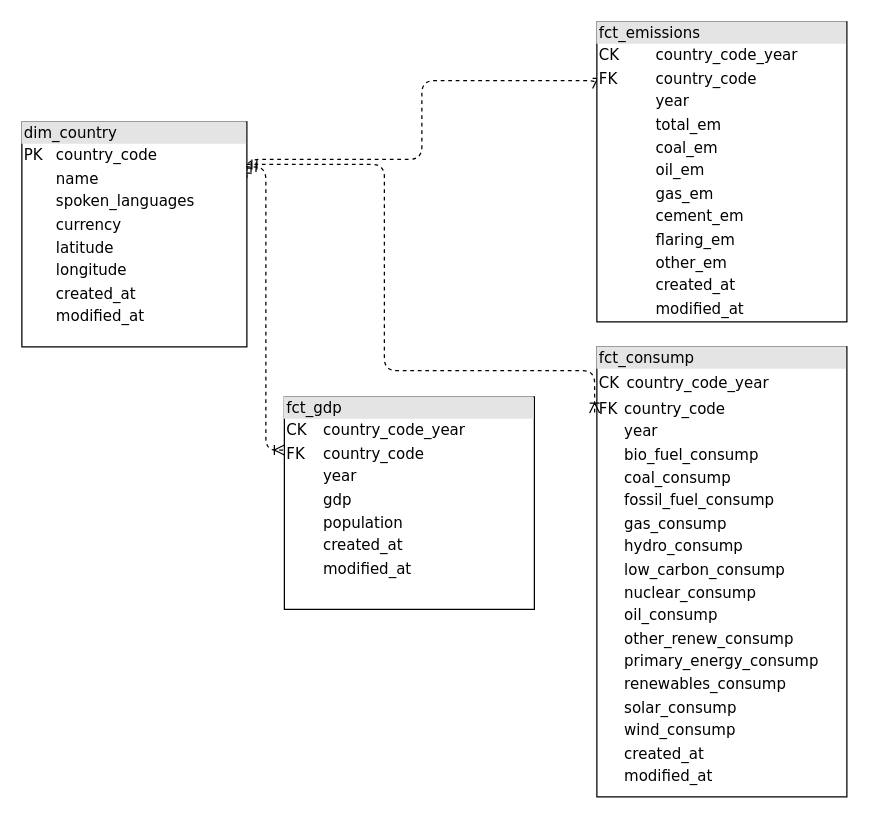
The draw.io diagram data-model.drawio in Reed-Carter/Emissions-by-Country, before the edit. Source tidied: cells renumbered, new cells numbered last; positions are measured from the earlier drawing's top-left corner, leaving out a move shared by most shapes. Both pictures are drawn from the tidied source at 125%, with x=0, y=0 at pixel (21, 21).
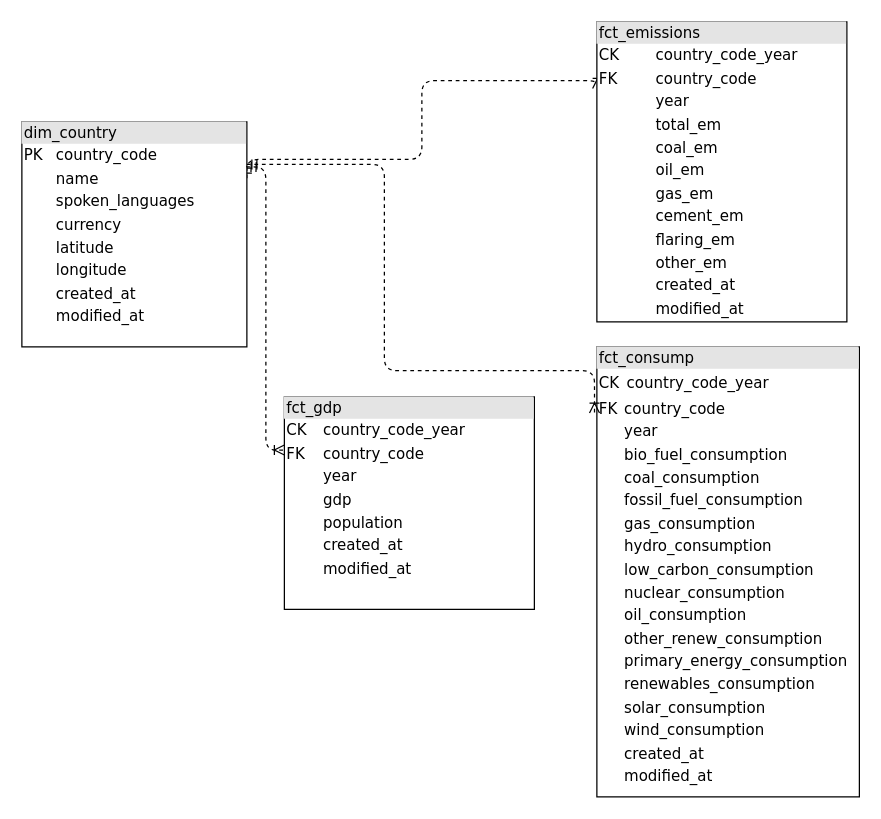
The same diagram, later.

Commit message (it also covers changes not shown here):
Add code to transform consumption data

Diff of the diagram source:
```diff
@@
 <mxGraphModel>
   <root>
     <mxCell id="0" />
     <mxCell id="1" parent="0" />
     <mxCell id="2" style="edgeStyle=orthogonalEdgeStyle;html=1;exitX=1;exitY=0.25;dashed=1;labelBackgroundColor=none;startArrow=ERmandOne;endArrow=ERoneToMany;fontFamily=Verdana;fontSize=12;align=left;entryX=0.003;entryY=0.222;entryDx=0;entryDy=0;entryPerimeter=0;exitDx=0;exitDy=0;" parent="1" edge="1" source="3" target="4">
       <mxGeometry relative="1" as="geometry">
         <Array as="points">
           <mxPoint x="180" y="110" />
           <mxPoint x="320" y="110" />
           <mxPoint x="320" y="47" />
         </Array>
       </mxGeometry>
     </mxCell>
     <mxCell id="3" value="&lt;div style=&quot;box-sizing: border-box ; width: 100% ; background: #e4e4e4 ; padding: 2px&quot;&gt;dim_country&lt;/div&gt;&lt;table style=&quot;width: 100% ; font-size: 1em&quot; cellpadding=&quot;2&quot; cellspacing=&quot;0&quot;&gt;&lt;tbody&gt;&lt;tr&gt;&lt;td&gt;PK&lt;/td&gt;&lt;td&gt;country_code&lt;/td&gt;&lt;/tr&gt;&lt;tr&gt;&lt;td&gt;&lt;/td&gt;&lt;td&gt;name&lt;/td&gt;&lt;/tr&gt;&lt;tr&gt;&lt;td&gt;&lt;/td&gt;&lt;td&gt;spoken_languages&lt;/td&gt;&lt;/tr&gt;&lt;tr&gt;&lt;td&gt;&lt;br&gt;&lt;/td&gt;&lt;td&gt;currency&lt;br&gt;&lt;/td&gt;&lt;/tr&gt;&lt;tr&gt;&lt;td&gt;&lt;br&gt;&lt;/td&gt;&lt;td&gt;latitude&lt;/td&gt;&lt;/tr&gt;&lt;tr&gt;&lt;td&gt;&lt;br&gt;&lt;/td&gt;&lt;td&gt;longitude&lt;/td&gt;&lt;/tr&gt;&lt;tr&gt;&lt;td&gt;&lt;br&gt;&lt;/td&gt;&lt;td&gt;created_at&lt;/td&gt;&lt;/tr&gt;&lt;tr&gt;&lt;td&gt;&lt;br&gt;&lt;/td&gt;&lt;td&gt;modified_at&lt;/td&gt;&lt;/tr&gt;&lt;/tbody&gt;&lt;/table&gt;" style="verticalAlign=top;align=left;overflow=fill;html=1;rounded=0;shadow=0;comic=0;labelBackgroundColor=none;strokeWidth=1;fontFamily=Verdana;fontSize=12;" parent="1" vertex="1">
       <mxGeometry y="80" width="180" height="180" as="geometry" />
     </mxCell>
     <mxCell id="4" value="&lt;div style=&quot;box-sizing: border-box ; width: 100% ; background: #e4e4e4 ; padding: 2px&quot;&gt;fct_emissions&lt;/div&gt;&lt;table style=&quot;width: 100% ; font-size: 1em&quot; cellpadding=&quot;2&quot; cellspacing=&quot;0&quot;&gt;&lt;tbody&gt;&lt;tr&gt;&lt;td&gt;CK&lt;/td&gt;&lt;td&gt;country_code_year&lt;/td&gt;&lt;/tr&gt;&lt;tr&gt;&lt;td&gt;FK&lt;/td&gt;&lt;td&gt;country_code&lt;br&gt;&lt;/td&gt;&lt;/tr&gt;&lt;tr&gt;&lt;td&gt;&lt;/td&gt;&lt;td&gt;year&lt;/td&gt;&lt;/tr&gt;&lt;tr&gt;&lt;td&gt;&lt;br&gt;&lt;/td&gt;&lt;td&gt;total_em&lt;br&gt;&lt;/td&gt;&lt;/tr&gt;&lt;tr&gt;&lt;td&gt;&lt;br&gt;&lt;/td&gt;&lt;td&gt;coal_em&lt;br&gt;&lt;/td&gt;&lt;/tr&gt;&lt;tr&gt;&lt;td&gt;&lt;br&gt;&lt;/td&gt;&lt;td&gt;oil_em&lt;br&gt;&lt;/td&gt;&lt;/tr&gt;&lt;tr&gt;&lt;td&gt;&lt;br&gt;&lt;/td&gt;&lt;td&gt;gas_em&lt;/td&gt;&lt;/tr&gt;&lt;tr&gt;&lt;td&gt;&lt;br&gt;&lt;/td&gt;&lt;td&gt;cement_em&lt;/td&gt;&lt;/tr&gt;&lt;tr&gt;&lt;td&gt;&lt;br&gt;&lt;/td&gt;&lt;td&gt;flaring_em&lt;/td&gt;&lt;/tr&gt;&lt;tr&gt;&lt;td&gt;&lt;span style=&quot;white-space: pre;&quot;&gt;&#9;&lt;/span&gt;&lt;br&gt;&lt;/td&gt;&lt;td&gt;other_em&lt;/td&gt;&lt;/tr&gt;&lt;tr&gt;&lt;td&gt;&lt;br&gt;&lt;/td&gt;&lt;td&gt;created_at&lt;/td&gt;&lt;/tr&gt;&lt;tr&gt;&lt;td&gt;&lt;br&gt;&lt;/td&gt;&lt;td&gt;modified_at&lt;/td&gt;&lt;/tr&gt;&lt;/tbody&gt;&lt;/table&gt;" style="verticalAlign=top;align=left;overflow=fill;html=1;rounded=0;shadow=0;comic=0;labelBackgroundColor=none;strokeWidth=1;fontFamily=Verdana;fontSize=12;" parent="1" vertex="1">
       <mxGeometry x="460" width="200" height="240" as="geometry" />
     </mxCell>
-    <mxCell id="5" value="&lt;div style=&quot;box-sizing: border-box ; width: 100% ; background: #e4e4e4 ; padding: 2px&quot;&gt;fct_consump&lt;/div&gt;&lt;table style=&quot;width: 100% ; font-size: 1em&quot; cellpadding=&quot;2&quot; cellspacing=&quot;0&quot;&gt;&lt;tbody&gt;&lt;tr&gt;&lt;td&gt;CK&lt;/td&gt;&lt;td&gt;&lt;table style=&quot;border-color: var(--border-color); font-size: 1em; width: 250px;&quot; cellpadding=&quot;2&quot; cellspacing=&quot;0&quot;&gt;&lt;tbody style=&quot;border-color: var(--border-color);&quot;&gt;&lt;tr style=&quot;border-color: var(--border-color);&quot;&gt;&lt;td style=&quot;border-color: var(--border-color);&quot;&gt;country_code_year&lt;/td&gt;&lt;/tr&gt;&lt;tr style=&quot;border-color: var(--border-color);&quot;&gt;&lt;/tr&gt;&lt;/tbody&gt;&lt;/table&gt;&lt;/td&gt;&lt;/tr&gt;&lt;tr&gt;&lt;td&gt;FK&lt;/td&gt;&lt;td&gt;country_code&lt;br&gt;&lt;/td&gt;&lt;/tr&gt;&lt;tr&gt;&lt;td&gt;&lt;/td&gt;&lt;td&gt;year&lt;/td&gt;&lt;/tr&gt;&lt;tr&gt;&lt;td&gt;&lt;br&gt;&lt;/td&gt;&lt;td&gt;bio_fuel_consump&lt;/td&gt;&lt;/tr&gt;&lt;tr&gt;&lt;td&gt;&lt;br&gt;&lt;/td&gt;&lt;td&gt;coal_consump&lt;/td&gt;&lt;/tr&gt;&lt;tr&gt;&lt;td&gt;&lt;br&gt;&lt;/td&gt;&lt;td&gt;fossil_fuel_consump&lt;/td&gt;&lt;/tr&gt;&lt;tr&gt;&lt;td&gt;&lt;br&gt;&lt;/td&gt;&lt;td&gt;gas_consump&lt;/td&gt;&lt;/tr&gt;&lt;tr&gt;&lt;td&gt;&lt;br&gt;&lt;/td&gt;&lt;td&gt;hydro_consump&lt;/td&gt;&lt;/tr&gt;&lt;tr&gt;&lt;td&gt;&lt;br&gt;&lt;/td&gt;&lt;td&gt;low_carbon_consump&lt;/td&gt;&lt;/tr&gt;&lt;tr&gt;&lt;td&gt;&lt;br&gt;&lt;/td&gt;&lt;td&gt;nuclear_consump&lt;/td&gt;&lt;/tr&gt;&lt;tr&gt;&lt;td&gt;&lt;br&gt;&lt;/td&gt;&lt;td&gt;oil_consump&lt;/td&gt;&lt;/tr&gt;&lt;tr&gt;&lt;td&gt;&lt;br&gt;&lt;/td&gt;&lt;td&gt;other_renew_consump&lt;/td&gt;&lt;/tr&gt;&lt;tr&gt;&lt;td&gt;&lt;br&gt;&lt;/td&gt;&lt;td&gt;primary_energy_consump&lt;/td&gt;&lt;/tr&gt;&lt;tr&gt;&lt;td&gt;&lt;br&gt;&lt;/td&gt;&lt;td&gt;renewables_consump&lt;/td&gt;&lt;/tr&gt;&lt;tr&gt;&lt;td&gt;&lt;br&gt;&lt;/td&gt;&lt;td&gt;solar_consump&lt;/td&gt;&lt;/tr&gt;&lt;tr&gt;&lt;td&gt;&lt;br&gt;&lt;/td&gt;&lt;td&gt;wind_consump&lt;/td&gt;&lt;/tr&gt;&lt;tr&gt;&lt;td&gt;&lt;br&gt;&lt;/td&gt;&lt;td&gt;created_at&lt;/td&gt;&lt;/tr&gt;&lt;tr&gt;&lt;td&gt;&lt;br&gt;&lt;/td&gt;&lt;td&gt;modified_at&lt;/td&gt;&lt;/tr&gt;&lt;/tbody&gt;&lt;/table&gt;" style="verticalAlign=top;align=left;overflow=fill;html=1;rounded=0;shadow=0;comic=0;labelBackgroundColor=none;strokeWidth=1;fontFamily=Verdana;fontSize=12;" parent="1" vertex="1">
-      <mxGeometry x="460" y="260" width="200" height="360" as="geometry" />
+    <mxCell id="5" value="&lt;div style=&quot;box-sizing: border-box ; width: 100% ; background: #e4e4e4 ; padding: 2px&quot;&gt;fct_consump&lt;/div&gt;&lt;table style=&quot;width: 100% ; font-size: 1em&quot; cellpadding=&quot;2&quot; cellspacing=&quot;0&quot;&gt;&lt;tbody&gt;&lt;tr&gt;&lt;td&gt;CK&lt;/td&gt;&lt;td&gt;&lt;table style=&quot;border-color: var(--border-color); font-size: 1em; width: 250px;&quot; cellpadding=&quot;2&quot; cellspacing=&quot;0&quot;&gt;&lt;tbody style=&quot;border-color: var(--border-color);&quot;&gt;&lt;tr style=&quot;border-color: var(--border-color);&quot;&gt;&lt;td style=&quot;border-color: var(--border-color);&quot;&gt;country_code_year&lt;/td&gt;&lt;/tr&gt;&lt;tr style=&quot;border-color: var(--border-color);&quot;&gt;&lt;/tr&gt;&lt;/tbody&gt;&lt;/table&gt;&lt;/td&gt;&lt;/tr&gt;&lt;tr&gt;&lt;td&gt;FK&lt;/td&gt;&lt;td&gt;country_code&lt;br&gt;&lt;/td&gt;&lt;/tr&gt;&lt;tr&gt;&lt;td&gt;&lt;/td&gt;&lt;td&gt;year&lt;/td&gt;&lt;/tr&gt;&lt;tr&gt;&lt;td&gt;&lt;br&gt;&lt;/td&gt;&lt;td&gt;bio_fuel_consumption&lt;/td&gt;&lt;/tr&gt;&lt;tr&gt;&lt;td&gt;&lt;br&gt;&lt;/td&gt;&lt;td&gt;coal_consumption&lt;/td&gt;&lt;/tr&gt;&lt;tr&gt;&lt;td&gt;&lt;br&gt;&lt;/td&gt;&lt;td&gt;fossil_fuel_consumption&lt;/td&gt;&lt;/tr&gt;&lt;tr&gt;&lt;td&gt;&lt;br&gt;&lt;/td&gt;&lt;td&gt;gas_consumption&lt;/td&gt;&lt;/tr&gt;&lt;tr&gt;&lt;td&gt;&lt;br&gt;&lt;/td&gt;&lt;td&gt;hydro_consumption&lt;/td&gt;&lt;/tr&gt;&lt;tr&gt;&lt;td&gt;&lt;br&gt;&lt;/td&gt;&lt;td&gt;low_carbon_consumption&lt;/td&gt;&lt;/tr&gt;&lt;tr&gt;&lt;td&gt;&lt;br&gt;&lt;/td&gt;&lt;td&gt;nuclear_consumption&lt;/td&gt;&lt;/tr&gt;&lt;tr&gt;&lt;td&gt;&lt;br&gt;&lt;/td&gt;&lt;td&gt;oil_consumption&lt;/td&gt;&lt;/tr&gt;&lt;tr&gt;&lt;td&gt;&lt;br&gt;&lt;/td&gt;&lt;td&gt;other_renew_consumption&lt;/td&gt;&lt;/tr&gt;&lt;tr&gt;&lt;td&gt;&lt;br&gt;&lt;/td&gt;&lt;td&gt;primary_energy_consumption&lt;/td&gt;&lt;/tr&gt;&lt;tr&gt;&lt;td&gt;&lt;br&gt;&lt;/td&gt;&lt;td&gt;renewables_consumption&lt;/td&gt;&lt;/tr&gt;&lt;tr&gt;&lt;td&gt;&lt;br&gt;&lt;/td&gt;&lt;td&gt;solar_consumption&lt;/td&gt;&lt;/tr&gt;&lt;tr&gt;&lt;td&gt;&lt;br&gt;&lt;/td&gt;&lt;td&gt;wind_consumption&lt;/td&gt;&lt;/tr&gt;&lt;tr&gt;&lt;td&gt;&lt;br&gt;&lt;/td&gt;&lt;td&gt;created_at&lt;/td&gt;&lt;/tr&gt;&lt;tr&gt;&lt;td&gt;&lt;br&gt;&lt;/td&gt;&lt;td&gt;modified_at&lt;/td&gt;&lt;/tr&gt;&lt;/tbody&gt;&lt;/table&gt;" style="verticalAlign=top;align=left;overflow=fill;html=1;rounded=0;shadow=0;comic=0;labelBackgroundColor=none;strokeWidth=1;fontFamily=Verdana;fontSize=12;" parent="1" vertex="1">
+      <mxGeometry x="460" y="260" width="210" height="360" as="geometry" />
     </mxCell>
     <mxCell id="6" style="edgeStyle=orthogonalEdgeStyle;html=1;exitX=1;exitY=0.25;dashed=1;labelBackgroundColor=none;startArrow=ERmandOne;endArrow=ERoneToMany;fontFamily=Verdana;fontSize=12;align=left;exitDx=0;exitDy=0;entryX=-0.009;entryY=0.147;entryDx=0;entryDy=0;entryPerimeter=0;" parent="1" edge="1" target="5">
       <mxGeometry relative="1" as="geometry">
         <mxPoint x="180" y="114" as="sourcePoint" />
         <Array as="points">
           <mxPoint x="290" y="114" />
           <mxPoint x="290" y="279" />
         </Array>
       </mxGeometry>
     </mxCell>
     <mxCell id="7" value="&lt;div style=&quot;box-sizing: border-box ; width: 100% ; background: #e4e4e4 ; padding: 2px&quot;&gt;fct_gdp&lt;/div&gt;&lt;table style=&quot;width: 100% ; font-size: 1em&quot; cellpadding=&quot;2&quot; cellspacing=&quot;0&quot;&gt;&lt;tbody&gt;&lt;tr&gt;&lt;td&gt;CK&lt;/td&gt;&lt;td&gt;country_code_year&lt;/td&gt;&lt;/tr&gt;&lt;tr&gt;&lt;td&gt;FK&lt;/td&gt;&lt;td&gt;country_code&lt;br&gt;&lt;/td&gt;&lt;/tr&gt;&lt;tr&gt;&lt;td&gt;&lt;/td&gt;&lt;td&gt;year&lt;/td&gt;&lt;/tr&gt;&lt;tr&gt;&lt;td&gt;&lt;br&gt;&lt;/td&gt;&lt;td&gt;gdp&lt;/td&gt;&lt;/tr&gt;&lt;tr&gt;&lt;td&gt;&lt;br&gt;&lt;/td&gt;&lt;td&gt;population&lt;br&gt;&lt;/td&gt;&lt;/tr&gt;&lt;tr&gt;&lt;td&gt;&lt;br&gt;&lt;/td&gt;&lt;td&gt;created_at&lt;/td&gt;&lt;/tr&gt;&lt;tr&gt;&lt;td&gt;&lt;br&gt;&lt;/td&gt;&lt;td&gt;modified_at&lt;/td&gt;&lt;/tr&gt;&lt;/tbody&gt;&lt;/table&gt;" style="verticalAlign=top;align=left;overflow=fill;html=1;rounded=0;shadow=0;comic=0;labelBackgroundColor=none;strokeWidth=1;fontFamily=Verdana;fontSize=12;" parent="1" vertex="1">
       <mxGeometry x="210" y="300" width="200" height="170" as="geometry" />
     </mxCell>
     <mxCell id="8" style="edgeStyle=orthogonalEdgeStyle;html=1;exitX=1;exitY=0.25;dashed=1;labelBackgroundColor=none;startArrow=ERmandOne;endArrow=ERoneToMany;fontFamily=Verdana;fontSize=12;align=left;entryX=0;entryY=0.25;entryDx=0;entryDy=0;exitDx=0;exitDy=0;" parent="1" edge="1" target="7">
       <mxGeometry relative="1" as="geometry">
         <mxPoint x="179.4" y="115.9" as="sourcePoint" />
       </mxGeometry>
     </mxCell>
   </root>
 </mxGraphModel>
```
